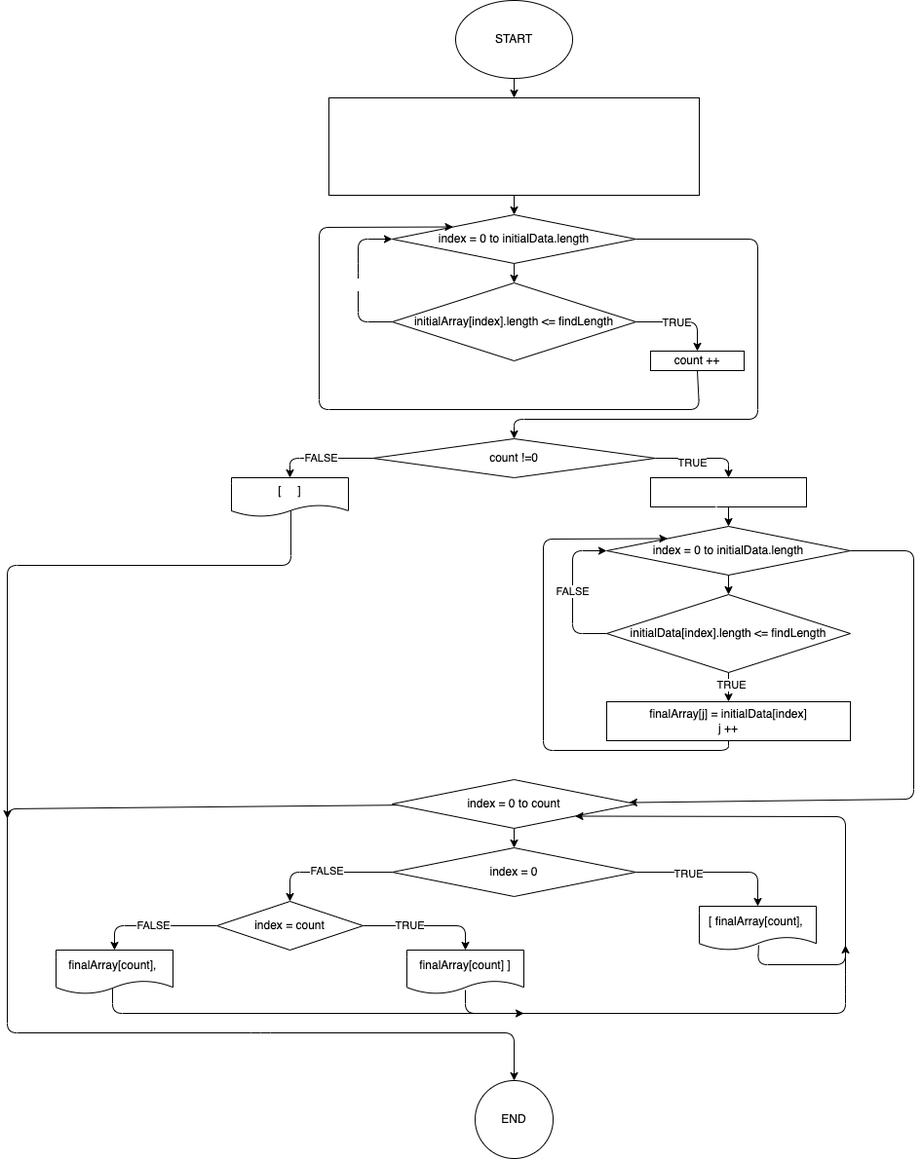
Before: diagram.drawio.png, a diagram exported from draw.io (Moerushi/FINAL_PROJECT). Source tidied: cells renumbered, new cells last; positions are measured from the earlier drawing's top-left corner, leaving out a move shared by most shapes.
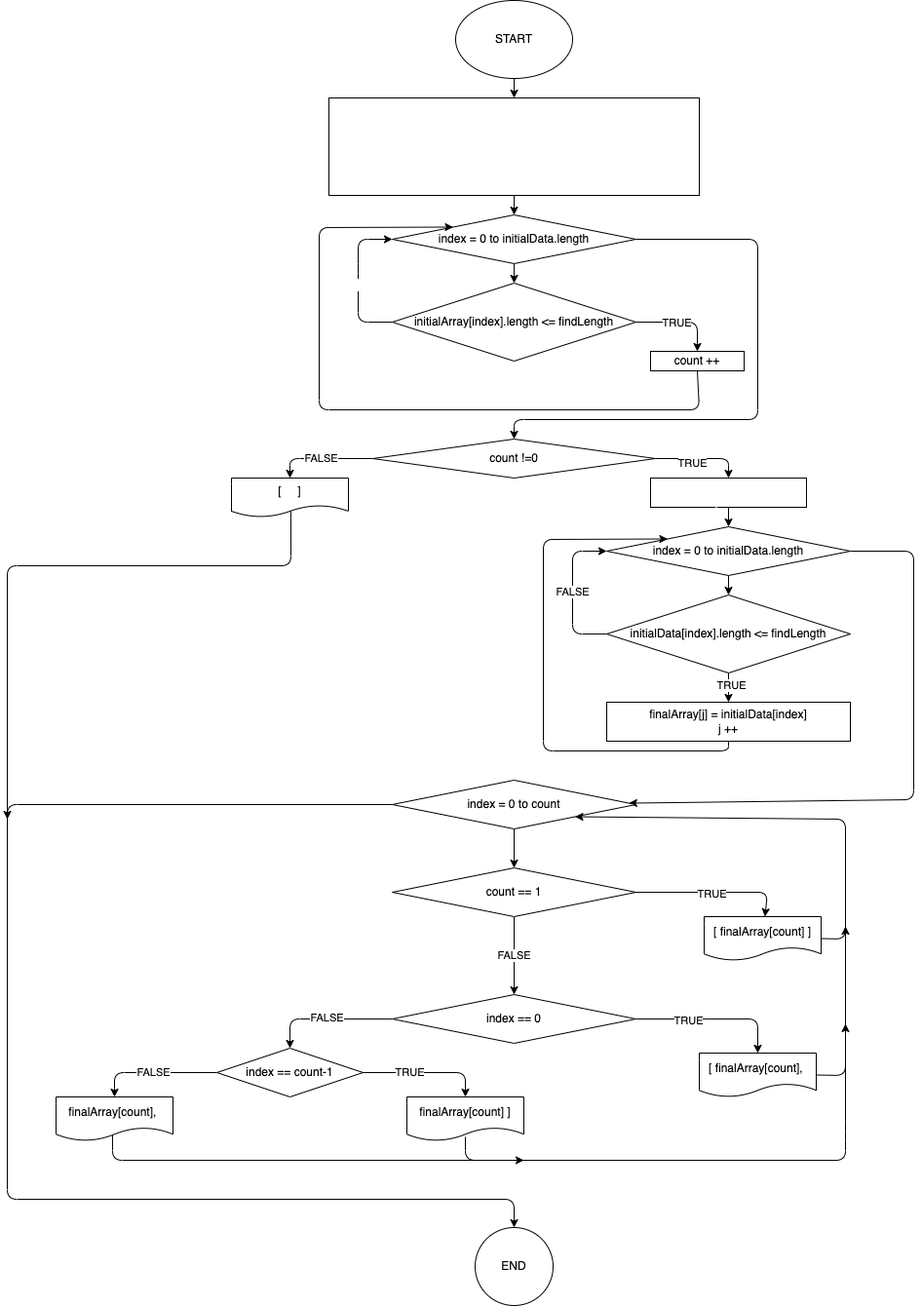
After the change.

The edit, as a diff of the source:
```diff
@@ -147,16 +147,15 @@
     <mxCell id="32" value="finalArray[j] = initialData[index]&lt;br&gt;j ++" style="whiteSpace=wrap;html=1;" parent="1" vertex="1">
       <mxGeometry x="615" y="720" width="250" height="40" as="geometry" />
     </mxCell>
-    <mxCell id="33" style="edgeStyle=none;html=1;" parent="1" edge="1" source="35" target="40">
-      <mxGeometry relative="1" as="geometry" />
-    </mxCell>
+    <mxCell id="52" style="edgeStyle=none;html=1;" parent="1" edge="1" source="35" target="57">
+      <mxGeometry relative="1" as="geometry" />
+    </mxCell>
-    <mxCell id="34" style="edgeStyle=none;html=1;" parent="1" edge="1" source="35" target="51">
+    <mxCell id="34" style="edgeStyle=none;html=1;exitX=0;exitY=0.5;exitDx=0;exitDy=0;entryX=0.5;entryY=0;entryDx=0;entryDy=0;" parent="1" edge="1" source="35" target="51">
       <mxGeometry relative="1" as="geometry">
         <Array as="points">
-          <mxPoint y="830" />
-          <mxPoint y="1060" />
-          <mxPoint x="260" y="1060" />
-          <mxPoint x="520" y="1060" />
+          <mxPoint y="825" />
+          <mxPoint y="1230" />
+          <mxPoint x="520" y="1230" />
         </Array>
       </mxGeometry>
     </mxCell>
@@ -166,7 +165,7 @@
     <mxCell id="36" style="edgeStyle=none;html=1;" parent="1" edge="1" source="40" target="42">
       <mxGeometry relative="1" as="geometry">
         <Array as="points">
-          <mxPoint x="770" y="895" />
+          <mxPoint x="770" y="1045" />
         </Array>
       </mxGeometry>
     </mxCell>
@@ -176,32 +175,31 @@
     <mxCell id="38" style="edgeStyle=none;html=1;" parent="1" edge="1" source="40" target="46">
       <mxGeometry relative="1" as="geometry">
         <Array as="points">
-          <mxPoint x="290" y="895" />
+          <mxPoint x="290" y="1045" />
         </Array>
       </mxGeometry>
     </mxCell>
     <mxCell id="39" value="FALSE" style="edgeLabel;html=1;align=center;verticalAlign=middle;" parent="38" vertex="1">
       <mxGeometry x="0.01" y="-2" relative="1" as="geometry" />
     </mxCell>
-    <mxCell id="40" value="index = 0" style="rhombus;whiteSpace=wrap;html=1;" parent="1" vertex="1">
-      <mxGeometry x="395" y="870" width="250" height="50" as="geometry" />
+    <mxCell id="40" value="index == 0" style="rhombus;whiteSpace=wrap;html=1;" parent="1" vertex="1">
+      <mxGeometry x="395" y="1020" width="250" height="50" as="geometry" />
     </mxCell>
-    <mxCell id="41" style="edgeStyle=none;html=1;exitX=0.508;exitY=0.889;exitDx=0;exitDy=0;entryX=1;entryY=1;entryDx=0;entryDy=0;exitPerimeter=0;" parent="1" edge="1" source="42" target="35">
-      <mxGeometry relative="1" as="geometry">
-        <Array as="points">
-          <mxPoint x="770" y="990" />
-          <mxPoint x="860" y="990" />
-          <mxPoint x="860" y="838" />
-        </Array>
-      </mxGeometry>
-    </mxCell>
+    <mxCell id="53" style="edgeStyle=none;html=1;exitX=1;exitY=0.5;exitDx=0;exitDy=0;" parent="1" edge="1" source="42">
+      <mxGeometry relative="1" as="geometry">
+        <mxPoint x="860" y="1050" as="targetPoint" />
+        <Array as="points">
+          <mxPoint x="860" y="1103" />
+        </Array>
+      </mxGeometry>
+    </mxCell>
     <mxCell id="42" value="[ finalArray[count],&amp;nbsp;" style="shape=document;whiteSpace=wrap;html=1;boundedLbl=1;" parent="1" vertex="1">
-      <mxGeometry x="710" y="930" width="120" height="45" as="geometry" />
+      <mxGeometry x="710" y="1080" width="120" height="45" as="geometry" />
     </mxCell>
     <mxCell id="43" style="edgeStyle=none;html=1;exitX=1;exitY=0.5;exitDx=0;exitDy=0;entryX=0.5;entryY=0;entryDx=0;entryDy=0;" parent="1" edge="1" source="46" target="48">
       <mxGeometry relative="1" as="geometry">
         <Array as="points">
-          <mxPoint x="470" y="950" />
+          <mxPoint x="470" y="1100" />
         </Array>
       </mxGeometry>
     </mxCell>
@@ -211,39 +209,66 @@
     <mxCell id="45" value="FALSE" style="edgeStyle=none;html=1;exitX=0;exitY=0.5;exitDx=0;exitDy=0;entryX=0.5;entryY=0;entryDx=0;entryDy=0;" parent="1" edge="1" source="46" target="50">
       <mxGeometry relative="1" as="geometry">
         <Array as="points">
-          <mxPoint x="110" y="950" />
+          <mxPoint x="110" y="1100" />
         </Array>
       </mxGeometry>
     </mxCell>
-    <mxCell id="46" value="index = count" style="rhombus;whiteSpace=wrap;html=1;" parent="1" vertex="1">
-      <mxGeometry x="215" y="925" width="150" height="50" as="geometry" />
+    <mxCell id="46" value="index == count-1" style="rhombus;whiteSpace=wrap;html=1;" parent="1" vertex="1">
+      <mxGeometry x="215" y="1075" width="150" height="50" as="geometry" />
     </mxCell>
     <mxCell id="47" style="edgeStyle=none;html=1;exitX=0.5;exitY=0.911;exitDx=0;exitDy=0;exitPerimeter=0;" parent="1" edge="1" source="48">
       <mxGeometry relative="1" as="geometry">
-        <mxPoint x="860" y="970" as="targetPoint" />
+        <mxPoint x="860" y="950" as="targetPoint" />
         <Array as="points">
-          <mxPoint x="470" y="1040" />
-          <mxPoint x="860" y="1040" />
-          <mxPoint x="860" y="1010" />
+          <mxPoint x="470" y="1190" />
+          <mxPoint x="860" y="1190" />
+          <mxPoint x="860" y="1160" />
         </Array>
       </mxGeometry>
     </mxCell>
     <mxCell id="48" value="finalArray[count] ]" style="shape=document;whiteSpace=wrap;html=1;boundedLbl=1;" parent="1" vertex="1">
-      <mxGeometry x="410" y="975" width="120" height="45" as="geometry" />
+      <mxGeometry x="410" y="1125" width="120" height="45" as="geometry" />
     </mxCell>
     <mxCell id="49" style="edgeStyle=none;html=1;exitX=0.483;exitY=0.844;exitDx=0;exitDy=0;exitPerimeter=0;" parent="1" edge="1" source="50">
       <mxGeometry relative="1" as="geometry">
-        <mxPoint x="530" y="1040" as="targetPoint" />
+        <mxPoint x="530" y="1190" as="targetPoint" />
         <Array as="points">
-          <mxPoint x="108" y="1040" />
+          <mxPoint x="108" y="1190" />
         </Array>
       </mxGeometry>
     </mxCell>
     <mxCell id="50" value="finalArray[count],&amp;nbsp;" style="shape=document;whiteSpace=wrap;html=1;boundedLbl=1;" parent="1" vertex="1">
-      <mxGeometry x="50" y="975" width="120" height="45" as="geometry" />
+      <mxGeometry x="50" y="1125" width="120" height="45" as="geometry" />
     </mxCell>
     <mxCell id="51" value="END" style="ellipse;whiteSpace=wrap;html=1;" parent="1" vertex="1">
-      <mxGeometry x="480" y="1109" width="80" height="80" as="geometry" />
+      <mxGeometry x="480" y="1259" width="80" height="80" as="geometry" />
     </mxCell>
+    <mxCell id="54" style="edgeStyle=none;html=1;" parent="1" edge="1" source="57" target="59">
+      <mxGeometry relative="1" as="geometry">
+        <Array as="points">
+          <mxPoint x="780" y="915" />
+        </Array>
+      </mxGeometry>
+    </mxCell>
+    <mxCell id="55" value="TRUE" style="edgeLabel;html=1;align=center;verticalAlign=middle;" parent="54" vertex="1">
+      <mxGeometry x="-0.04" y="-1" relative="1" as="geometry" />
+    </mxCell>
+    <mxCell id="56" value="FALSE" style="edgeStyle=none;html=1;exitX=0.5;exitY=1;exitDx=0;exitDy=0;entryX=0.5;entryY=0;entryDx=0;entryDy=0;" parent="1" edge="1" source="57" target="40">
+      <mxGeometry relative="1" as="geometry" />
+    </mxCell>
+    <mxCell id="57" value="count == 1" style="rhombus;whiteSpace=wrap;html=1;" parent="1" vertex="1">
+      <mxGeometry x="395" y="890" width="250" height="50" as="geometry" />
+    </mxCell>
+    <mxCell id="58" style="edgeStyle=none;html=1;exitX=1;exitY=0.5;exitDx=0;exitDy=0;entryX=1;entryY=1;entryDx=0;entryDy=0;" parent="1" edge="1" source="59" target="35">
+      <mxGeometry relative="1" as="geometry">
+        <Array as="points">
+          <mxPoint x="860" y="963" />
+          <mxPoint x="860" y="840" />
+        </Array>
+      </mxGeometry>
+    </mxCell>
+    <mxCell id="59" value="[ finalArray[count] ]" style="shape=document;whiteSpace=wrap;html=1;boundedLbl=1;" parent="1" vertex="1">
+      <mxGeometry x="715" y="940" width="120" height="45" as="geometry" />
+    </mxCell>
   </root>
 </mxGraphModel>
```
